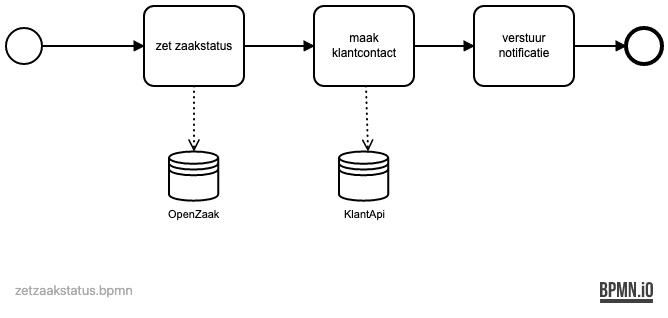
Above: images/bpmn/zetzaakstatus.png in Gemeente-DenHaag/referentie-common-ground-implementatie (BPMN), before the change. Its source is kept beside it as images/bpmn/zetzaakstatus.bpmn. Ids are renumbered.
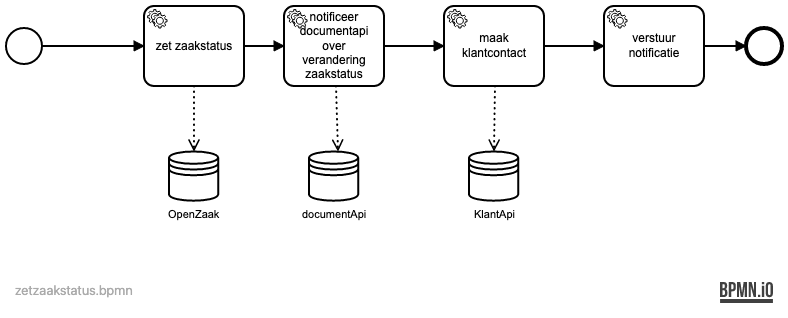
After the commit.

Change to the diagram source:
```diff
@@ -3,47 +3,60 @@
     <startEvent id="Event_n1">
       <outgoing>Flow_n2</outgoing>
     </startEvent>
-    <task id="Activity_n3" name="maak klantcontact">
-      <incoming>Flow_n4</incoming>
-      <outgoing>Flow_n5</outgoing>
-      <dataOutputAssociation id="DataOutputAssociation_n6">
-        <targetRef>DataStoreReference_n7</targetRef>
-      </dataOutputAssociation>
-    </task>
     <sequenceFlow id="Flow_n2" sourceRef="Event_n1" targetRef="Activity_n8" />
-    <task id="Activity_n8" name="zet zaakstatus">
+    <sequenceFlow id="Flow_n5" sourceRef="Activity_n3" targetRef="Activity_n11" />
+    <sequenceFlow id="Flow_n12" sourceRef="Activity_n11" targetRef="Event_n13" />
+    <endEvent id="Event_n13">
+      <incoming>Flow_n12</incoming>
+    </endEvent>
+    <sequenceFlow id="Flow_n4" sourceRef="Activity_n8" targetRef="Activity_n14" />
+    <dataStoreReference id="DataStoreReference_n10" name="OpenZaak" />
+    <dataStoreReference id="DataStoreReference_n7" name="KlantApi" />
+    <sequenceFlow id="Flow_n15" sourceRef="Activity_n14" targetRef="Activity_n3" />
+    <dataStoreReference id="DataStoreReference_n16" name="documentApi" />
+    <serviceTask id="Activity_n8" name="zet zaakstatus">
       <incoming>Flow_n2</incoming>
       <outgoing>Flow_n4</outgoing>
       <dataOutputAssociation id="DataOutputAssociation_n9">
         <targetRef>DataStoreReference_n10</targetRef>
       </dataOutputAssociation>
-    </task>
-    <task id="Activity_n11" name="verstuur notificatie">
+    </serviceTask>
+    <serviceTask id="Activity_n14" name="notificeer documentapi over verandering zaakstatus">
+      <incoming>Flow_n4</incoming>
+      <outgoing>Flow_n15</outgoing>
+      <dataOutputAssociation id="DataOutputAssociation_n17">
+        <targetRef>DataStoreReference_n16</targetRef>
+      </dataOutputAssociation>
+    </serviceTask>
+    <serviceTask id="Activity_n3" name="maak klantcontact">
+      <incoming>Flow_n15</incoming>
+      <outgoing>Flow_n5</outgoing>
+      <dataOutputAssociation id="DataOutputAssociation_n6">
+        <targetRef>DataStoreReference_n7</targetRef>
+      </dataOutputAssociation>
+    </serviceTask>
+    <serviceTask id="Activity_n11" name="verstuur notificatie">
       <incoming>Flow_n5</incoming>
       <outgoing>Flow_n12</outgoing>
-    </task>
-    <sequenceFlow id="Flow_n5" sourceRef="Activity_n3" targetRef="Activity_n11" />
-    <sequenceFlow id="Flow_n12" sourceRef="Activity_n11" targetRef="Event_n13" />
-    <endEvent id="Event_n13">
-      <incoming>Flow_n12</incoming>
-    </endEvent>
-    <sequenceFlow id="Flow_n4" sourceRef="Activity_n8" targetRef="Activity_n3" />
-    <dataStoreReference id="DataStoreReference_n10" name="OpenZaak" />
-    <dataStoreReference id="DataStoreReference_n7" name="KlantApi" />
+    </serviceTask>
   </process>
   <bpmndi:BPMNDiagram id="BpmnDiagram_1">
     <bpmndi:BPMNPlane id="BpmnPlane_1" bpmnElement="Process_1">
+      <bpmndi:BPMNEdge id="Flow_n15_di" bpmnElement="Flow_n15">
+        <omgdi:waypoint x="510" y="130" />
+        <omgdi:waypoint x="570" y="130" />
+      </bpmndi:BPMNEdge>
       <bpmndi:BPMNEdge id="Flow_n4_di" bpmnElement="Flow_n4">
         <omgdi:waypoint x="370" y="130" />
-        <omgdi:waypoint x="440" y="130" />
+        <omgdi:waypoint x="410" y="130" />
       </bpmndi:BPMNEdge>
       <bpmndi:BPMNEdge id="Flow_n12_di" bpmnElement="Flow_n12">
-        <omgdi:waypoint x="700" y="130" />
-        <omgdi:waypoint x="752" y="130" />
+        <omgdi:waypoint x="830" y="130" />
+        <omgdi:waypoint x="872" y="130" />
       </bpmndi:BPMNEdge>
       <bpmndi:BPMNEdge id="Flow_n5_di" bpmnElement="Flow_n5">
-        <omgdi:waypoint x="540" y="130" />
-        <omgdi:waypoint x="600" y="130" />
+        <omgdi:waypoint x="670" y="130" />
+        <omgdi:waypoint x="730" y="130" />
       </bpmndi:BPMNEdge>
       <bpmndi:BPMNEdge id="Flow_n2_di" bpmnElement="Flow_n2">
         <omgdi:waypoint x="168" y="130" />
@@ -52,17 +65,8 @@
       <bpmndi:BPMNShape id="Event_n1_di" bpmnElement="Event_n1">
         <omgdc:Bounds x="132" y="112" width="36" height="36" />
       </bpmndi:BPMNShape>
-      <bpmndi:BPMNShape id="Activity_n3_di" bpmnElement="Activity_n3">
-        <omgdc:Bounds x="440" y="90" width="100" height="80" />
-      </bpmndi:BPMNShape>
-      <bpmndi:BPMNShape id="Activity_n8_di" bpmnElement="Activity_n8">
-        <omgdc:Bounds x="270" y="90" width="100" height="80" />
-      </bpmndi:BPMNShape>
-      <bpmndi:BPMNShape id="Activity_n11_di" bpmnElement="Activity_n11">
-        <omgdc:Bounds x="600" y="90" width="100" height="80" />
-      </bpmndi:BPMNShape>
       <bpmndi:BPMNShape id="Event_n13_di" bpmnElement="Event_n13">
-        <omgdc:Bounds x="752" y="112" width="36" height="36" />
+        <omgdc:Bounds x="872" y="112" width="36" height="36" />
       </bpmndi:BPMNShape>
       <bpmndi:BPMNShape id="DataStoreReference_n10_di" bpmnElement="DataStoreReference_n10">
         <omgdc:Bounds x="295" y="235" width="50" height="50" />
@@ -71,19 +75,41 @@
         </bpmndi:BPMNLabel>
       </bpmndi:BPMNShape>
       <bpmndi:BPMNShape id="DataStoreReference_n7_di" bpmnElement="DataStoreReference_n7">
-        <omgdc:Bounds x="465" y="235" width="50" height="50" />
+        <omgdc:Bounds x="595" y="235" width="50" height="50" />
         <bpmndi:BPMNLabel>
-          <omgdc:Bounds x="470" y="292" width="41" height="14" />
+          <omgdc:Bounds x="600" y="292" width="41" height="14" />
         </bpmndi:BPMNLabel>
       </bpmndi:BPMNShape>
+      <bpmndi:BPMNShape id="DataStoreReference_n16_di" bpmnElement="DataStoreReference_n16">
+        <omgdc:Bounds x="435" y="235" width="50" height="50" />
+        <bpmndi:BPMNLabel>
+          <omgdc:Bounds x="428" y="292" width="65" height="14" />
+        </bpmndi:BPMNLabel>
+      </bpmndi:BPMNShape>
+      <bpmndi:BPMNShape id="Activity_0sibrxf_di" bpmnElement="Activity_n8">
+        <omgdc:Bounds x="270" y="90" width="100" height="80" />
+      </bpmndi:BPMNShape>
+      <bpmndi:BPMNShape id="Activity_08ijknk_di" bpmnElement="Activity_n14">
+        <omgdc:Bounds x="410" y="90" width="100" height="80" />
+      </bpmndi:BPMNShape>
+      <bpmndi:BPMNShape id="Activity_1ygzpfk_di" bpmnElement="Activity_n3">
+        <omgdc:Bounds x="570" y="90" width="100" height="80" />
+      </bpmndi:BPMNShape>
+      <bpmndi:BPMNShape id="Activity_1tp09ye_di" bpmnElement="Activity_n11">
+        <omgdc:Bounds x="730" y="90" width="100" height="80" />
+      </bpmndi:BPMNShape>
       <bpmndi:BPMNEdge id="DataOutputAssociation_n6_di" bpmnElement="DataOutputAssociation_n6">
-        <omgdi:waypoint x="492" y="170" />
-        <omgdi:waypoint x="494" y="235" />
+        <omgdi:waypoint x="621" y="170" />
+        <omgdi:waypoint x="620" y="235" />
       </bpmndi:BPMNEdge>
       <bpmndi:BPMNEdge id="DataOutputAssociation_n9_di" bpmnElement="DataOutputAssociation_n9">
         <omgdi:waypoint x="320" y="170" />
         <omgdi:waypoint x="320" y="235" />
       </bpmndi:BPMNEdge>
+      <bpmndi:BPMNEdge id="DataOutputAssociation_n17_di" bpmnElement="DataOutputAssociation_n17">
+        <omgdi:waypoint x="462" y="170" />
+        <omgdi:waypoint x="464" y="235" />
+      </bpmndi:BPMNEdge>
     </bpmndi:BPMNPlane>
   </bpmndi:BPMNDiagram>
 </definitions>
```
